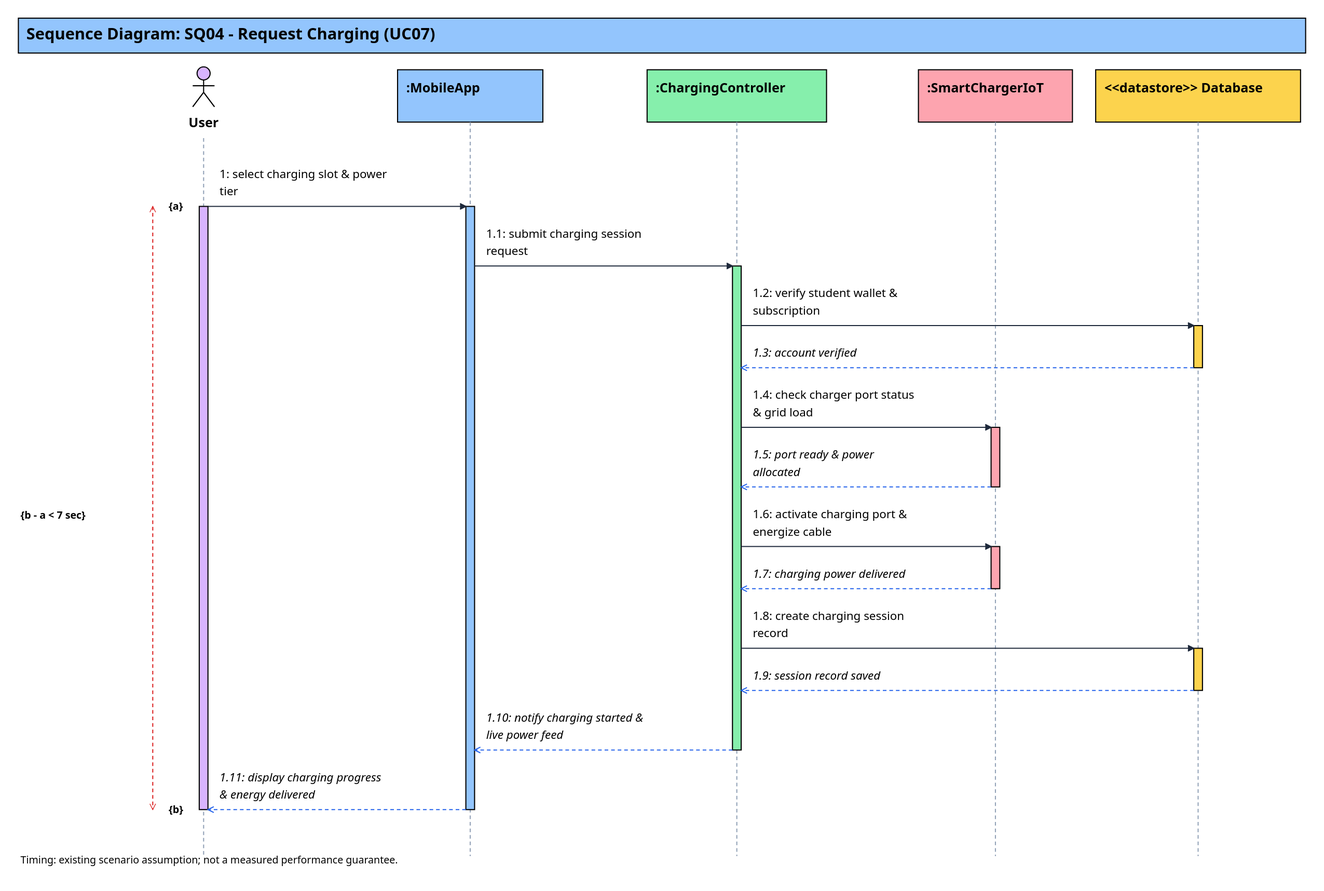
The draw.io diagram 01_Diagram/02_Sequence_Diagram/SQ04-Request_Charging.drawio.svg in YdtTran/software-engineerning, before a commit. Source tidied: cells renumbered, new cells last; positions are measured from the earlier drawing's top-left corner, leaving out a move shared by most shapes.
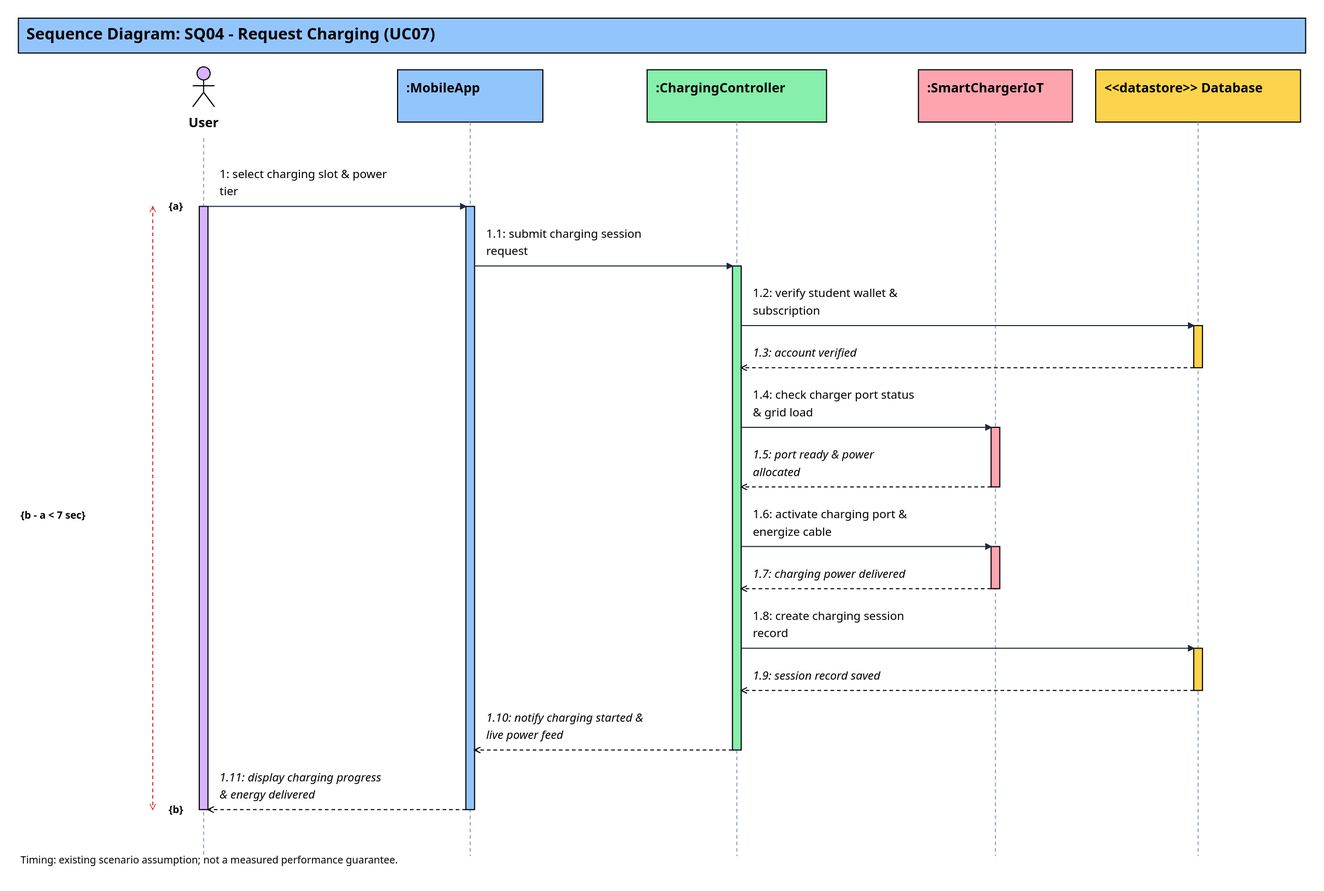
The same file after the commit.

What changed in the source:
```diff
@@ -119,7 +119,7 @@
     <mxCell id="32" value="1.2: verify student wallet &amp;&#10;subscription" style="html=0;fontFamily=Segoe UI;fontSize=16;fillColor=none;strokeColor=none;whiteSpace=wrap;text;align=left;verticalAlign=top;spacing=0;fontColor=#000000;fontSize=16;fontStyle=0;" parent="1" vertex="1">
       <mxGeometry x="1011" y="367" width="312" height="48" as="geometry" />
     </mxCell>
-    <mxCell id="33" style="html=0;noEdgeStyle=1;rounded=0;strokeColor=#2563eb;strokeWidth=1.5;endArrow=open;endFill=0;dashed=1;" parent="1" edge="1">
+    <mxCell id="33" style="html=0;noEdgeStyle=1;rounded=0;strokeColor=#000000;strokeWidth=1.5;endArrow=open;endFill=0;dashed=1;" parent="1" edge="1">
       <mxGeometry relative="1" as="geometry">
         <mxPoint x="1618" y="481" as="sourcePoint" />
         <mxPoint x="995" y="481" as="targetPoint" />
@@ -137,7 +137,7 @@
     <mxCell id="36" value="1.4: check charger port status&#10;&amp; grid load" style="html=0;fontFamily=Segoe UI;fontSize=16;fillColor=none;strokeColor=none;whiteSpace=wrap;text;align=left;verticalAlign=top;spacing=0;fontColor=#000000;fontSize=16;fontStyle=0;" parent="1" vertex="1">
       <mxGeometry x="1011" y="507" width="312" height="48" as="geometry" />
     </mxCell>
-    <mxCell id="37" style="html=0;noEdgeStyle=1;rounded=0;strokeColor=#2563eb;strokeWidth=1.5;endArrow=open;endFill=0;dashed=1;" parent="1" edge="1">
+    <mxCell id="37" style="html=0;noEdgeStyle=1;rounded=0;strokeColor=#000000;strokeWidth=1.5;endArrow=open;endFill=0;dashed=1;" parent="1" edge="1">
       <mxGeometry relative="1" as="geometry">
         <mxPoint x="1339" y="645" as="sourcePoint" />
         <mxPoint x="995" y="645" as="targetPoint" />
@@ -155,7 +155,7 @@
     <mxCell id="40" value="1.6: activate charging port &amp;&#10;energize cable" style="html=0;fontFamily=Segoe UI;fontSize=16;fillColor=none;strokeColor=none;whiteSpace=wrap;text;align=left;verticalAlign=top;spacing=0;fontColor=#000000;fontSize=16;fontStyle=0;" parent="1" vertex="1">
       <mxGeometry x="1011" y="671" width="312" height="48" as="geometry" />
     </mxCell>
-    <mxCell id="41" style="html=0;noEdgeStyle=1;rounded=0;strokeColor=#2563eb;strokeWidth=1.5;endArrow=open;endFill=0;dashed=1;" parent="1" edge="1">
+    <mxCell id="41" style="html=0;noEdgeStyle=1;rounded=0;strokeColor=#000000;strokeWidth=1.5;endArrow=open;endFill=0;dashed=1;" parent="1" edge="1">
       <mxGeometry relative="1" as="geometry">
         <mxPoint x="1339" y="785" as="sourcePoint" />
         <mxPoint x="995" y="785" as="targetPoint" />
@@ -173,7 +173,7 @@
     <mxCell id="44" value="1.8: create charging session&#10;record" style="html=0;fontFamily=Segoe UI;fontSize=16;fillColor=none;strokeColor=none;whiteSpace=wrap;text;align=left;verticalAlign=top;spacing=0;fontColor=#000000;fontSize=16;fontStyle=0;" parent="1" vertex="1">
       <mxGeometry x="1011" y="811" width="312" height="48" as="geometry" />
     </mxCell>
-    <mxCell id="45" style="html=0;noEdgeStyle=1;rounded=0;strokeColor=#2563eb;strokeWidth=1.5;endArrow=open;endFill=0;dashed=1;" parent="1" edge="1">
+    <mxCell id="45" style="html=0;noEdgeStyle=1;rounded=0;strokeColor=#000000;strokeWidth=1.5;endArrow=open;endFill=0;dashed=1;" parent="1" edge="1">
       <mxGeometry relative="1" as="geometry">
         <mxPoint x="1618" y="925" as="sourcePoint" />
         <mxPoint x="995" y="925" as="targetPoint" />
@@ -182,7 +182,7 @@
     <mxCell id="46" value="1.9: session record saved" style="html=0;fontFamily=Segoe UI;fontSize=16;fillColor=none;strokeColor=none;whiteSpace=wrap;text;align=left;verticalAlign=top;spacing=0;fontColor=#000000;fontSize=16;fontStyle=2;" parent="1" vertex="1">
       <mxGeometry x="1011" y="893" width="312" height="24" as="geometry" />
     </mxCell>
-    <mxCell id="47" style="html=0;noEdgeStyle=1;rounded=0;strokeColor=#2563eb;strokeWidth=1.5;endArrow=open;endFill=0;dashed=1;" parent="1" edge="1">
+    <mxCell id="47" style="html=0;noEdgeStyle=1;rounded=0;strokeColor=#000000;strokeWidth=1.5;endArrow=open;endFill=0;dashed=1;" parent="1" edge="1">
       <mxGeometry relative="1" as="geometry">
         <mxPoint x="983" y="1007" as="sourcePoint" />
         <mxPoint x="628" y="1007" as="targetPoint" />
@@ -191,7 +191,7 @@
     <mxCell id="48" value="1.10: notify charging started &amp;&#10;live power feed" style="html=0;fontFamily=Segoe UI;fontSize=16;fillColor=none;strokeColor=none;whiteSpace=wrap;text;align=left;verticalAlign=top;spacing=0;fontColor=#000000;fontSize=16;fontStyle=2;" parent="1" vertex="1">
       <mxGeometry x="644" y="951" width="323" height="48" as="geometry" />
     </mxCell>
-    <mxCell id="49" style="html=0;noEdgeStyle=1;rounded=0;strokeColor=#2563eb;strokeWidth=1.5;endArrow=open;endFill=0;dashed=1;" parent="1" edge="1">
+    <mxCell id="49" style="html=0;noEdgeStyle=1;rounded=0;strokeColor=#000000;strokeWidth=1.5;endArrow=open;endFill=0;dashed=1;" parent="1" edge="1">
       <mxGeometry relative="1" as="geometry">
         <mxPoint x="616" y="1089" as="sourcePoint" />
         <mxPoint x="261" y="1089" as="targetPoint" />
```
